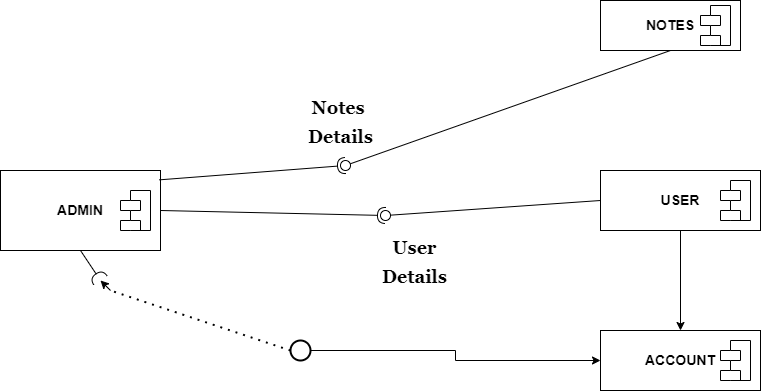
Earlier version of the draw.io export Diagrams/Component Diagram.png (prathamjc/TY-project). Source tidied: cells renumbered, new cells last; positions are measured from the earlier drawing's top-left corner, leaving out a move shared by most shapes. Its diagram source:
```xml
<mxGraphModel>
  <root>
    <mxCell id="0" />
    <mxCell id="1" parent="0" />
    <mxCell id="2" value="&lt;b&gt;&lt;font style=&quot;font-size: 14px;&quot;&gt;ADMIN&lt;/font&gt;&lt;/b&gt;" style="rounded=0;whiteSpace=wrap;html=1;" parent="1" vertex="1">
      <mxGeometry y="170" width="160" height="80" as="geometry" />
    </mxCell>
    <mxCell id="3" value="&lt;font style=&quot;font-size: 14px;&quot;&gt;&lt;b&gt;NOTES&lt;/b&gt;&lt;/font&gt;" style="rounded=0;whiteSpace=wrap;html=1;" parent="1" vertex="1">
      <mxGeometry x="600" width="140" height="50" as="geometry" />
    </mxCell>
    <mxCell id="4" style="edgeStyle=orthogonalEdgeStyle;rounded=0;jettySize=auto;html=1;exitX=0.5;exitY=1;exitDx=0;exitDy=0;fontFamily=Georgia;fontSize=18;" parent="1" edge="1" source="5" target="6">
      <mxGeometry relative="1" as="geometry" />
    </mxCell>
    <mxCell id="5" value="&lt;font style=&quot;font-size: 14px;&quot;&gt;&lt;b&gt;USER&lt;/b&gt;&lt;/font&gt;" style="rounded=0;whiteSpace=wrap;html=1;" parent="1" vertex="1">
      <mxGeometry x="600" y="170" width="160" height="60" as="geometry" />
    </mxCell>
    <mxCell id="6" value="&lt;font style=&quot;font-size: 14px;&quot;&gt;&lt;b&gt;ACCOUNT&lt;/b&gt;&lt;/font&gt;" style="rounded=0;whiteSpace=wrap;html=1;" parent="1" vertex="1">
      <mxGeometry x="600" y="330" width="160" height="60" as="geometry" />
    </mxCell>
    <mxCell id="7" style="rounded=0;jettySize=auto;html=1;endArrow=none;endFill=0;sketch=0;sourcePerimeterSpacing=0;targetPerimeterSpacing=0;exitX=0.5;exitY=1;exitDx=0;exitDy=0;" parent="1" edge="1" source="3" target="9">
      <mxGeometry relative="1" as="geometry" />
    </mxCell>
    <mxCell id="8" style="rounded=0;jettySize=auto;html=1;endArrow=halfCircle;endFill=0;entryX=0.5;entryY=0.5;endSize=6;strokeWidth=1;sketch=0;exitX=0.992;exitY=0.117;exitDx=0;exitDy=0;exitPerimeter=0;" parent="1" edge="1" source="2" target="9">
      <mxGeometry relative="1" as="geometry" />
    </mxCell>
    <mxCell id="9" style="ellipse;whiteSpace=wrap;html=1;align=center;points=[];outlineConnect=0;sketch=0;" parent="1" vertex="1">
      <mxGeometry x="340" y="160" width="10" height="10" as="geometry" />
    </mxCell>
    <mxCell id="10" value="&lt;font face=&quot;Georgia&quot; style=&quot;font-size: 18px;&quot;&gt;Notes&amp;nbsp;&lt;br&gt;Details&lt;/font&gt;" style="text;strokeColor=none;fillColor=none;html=1;fontSize=24;fontStyle=1;verticalAlign=middle;align=center;" parent="1" vertex="1">
      <mxGeometry x="290" y="100" width="100" height="40" as="geometry" />
    </mxCell>
    <mxCell id="11" style="rounded=0;jettySize=auto;html=1;endArrow=none;endFill=0;sketch=0;sourcePerimeterSpacing=0;targetPerimeterSpacing=0;fontFamily=Georgia;fontSize=14;exitX=0;exitY=0.5;exitDx=0;exitDy=0;" parent="1" edge="1" source="5" target="13">
      <mxGeometry relative="1" as="geometry" />
    </mxCell>
    <mxCell id="12" style="rounded=0;jettySize=auto;html=1;endArrow=halfCircle;endFill=0;entryX=0.5;entryY=0.5;endSize=6;strokeWidth=1;sketch=0;fontFamily=Georgia;fontSize=14;exitX=1;exitY=0.5;exitDx=0;exitDy=0;" parent="1" edge="1" source="2" target="13">
      <mxGeometry relative="1" as="geometry" />
    </mxCell>
    <mxCell id="13" style="ellipse;whiteSpace=wrap;html=1;align=center;points=[];outlineConnect=0;sketch=0;fontFamily=Georgia;fontSize=14;" parent="1" vertex="1">
      <mxGeometry x="380" y="210" width="10" height="10" as="geometry" />
    </mxCell>
    <mxCell id="14" value="&lt;font face=&quot;Georgia&quot; style=&quot;font-size: 18px;&quot;&gt;User&lt;br&gt;Details&lt;/font&gt;" style="text;strokeColor=none;fillColor=none;html=1;fontSize=24;fontStyle=1;verticalAlign=middle;align=center;" parent="1" vertex="1">
      <mxGeometry x="364" y="210" width="100" height="100" as="geometry" />
    </mxCell>
    <mxCell id="15" style="rounded=0;jettySize=auto;html=1;endArrow=halfCircle;endFill=0;endSize=6;strokeWidth=1;sketch=0;fontFamily=Georgia;fontSize=14;exitX=0.5;exitY=1;exitDx=0;exitDy=0;" parent="1" edge="1" source="2">
      <mxGeometry relative="1" as="geometry">
        <mxPoint x="100" y="280" as="targetPoint" />
      </mxGeometry>
    </mxCell>
    <mxCell id="16" style="edgeStyle=orthogonalEdgeStyle;rounded=0;jettySize=auto;html=1;exitX=1;exitY=0.5;exitDx=0;exitDy=0;exitPerimeter=0;entryX=0;entryY=0.5;entryDx=0;entryDy=0;fontFamily=Georgia;fontSize=18;" parent="1" edge="1" source="17" target="6">
      <mxGeometry relative="1" as="geometry" />
    </mxCell>
    <mxCell id="17" style="strokeWidth=2;html=1;shape=mxgraph.flowchart.start_2;whiteSpace=wrap;fontFamily=Georgia;fontSize=18;" parent="1" vertex="1">
      <mxGeometry x="290" y="340" width="20" height="20" as="geometry" />
    </mxCell>
    <mxCell id="18" style="endArrow=none;dashed=1;html=1;dashPattern=1 3;strokeWidth=2;rounded=0;fontFamily=Georgia;fontSize=18;exitX=0;exitY=0.5;exitDx=0;exitDy=0;exitPerimeter=0;" parent="1" edge="1" source="17">
      <mxGeometry relative="1" as="geometry">
        <mxPoint x="110" y="290" as="targetPoint" />
      </mxGeometry>
    </mxCell>
    <mxCell id="19" style="shape=module;align=left;spacingLeft=20;align=center;verticalAlign=top;fontFamily=Georgia;fontSize=18;" parent="1" vertex="1">
      <mxGeometry x="720" y="340" width="30" height="40" as="geometry" />
    </mxCell>
    <mxCell id="20" style="endArrow=classic;html=1;rounded=0;fontFamily=Georgia;fontSize=18;" parent="1" edge="1">
      <mxGeometry relative="1" as="geometry">
        <mxPoint x="110" y="290" as="sourcePoint" />
        <mxPoint x="100" y="280" as="targetPoint" />
      </mxGeometry>
    </mxCell>
    <mxCell id="21" style="shape=module;align=left;spacingLeft=20;align=center;verticalAlign=top;fontFamily=Georgia;fontSize=18;" parent="1" vertex="1">
      <mxGeometry x="720" y="180" width="30" height="40" as="geometry" />
    </mxCell>
    <mxCell id="22" style="shape=module;align=left;spacingLeft=20;align=center;verticalAlign=top;fontFamily=Georgia;fontSize=18;" parent="1" vertex="1">
      <mxGeometry x="700" y="5" width="30" height="40" as="geometry" />
    </mxCell>
    <mxCell id="23" style="shape=module;align=left;spacingLeft=20;align=center;verticalAlign=top;fontFamily=Georgia;fontSize=18;" parent="1" vertex="1">
      <mxGeometry x="120" y="190" width="30" height="40" as="geometry" />
    </mxCell>
  </root>
</mxGraphModel>
```
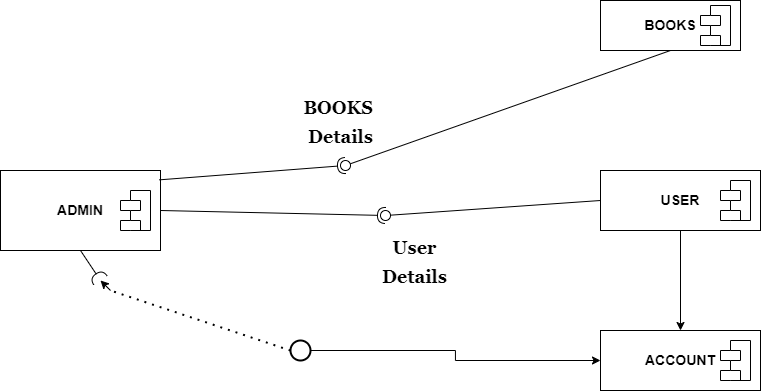
The same diagram one commit later.

What changed in the source:
```diff
@@ -5,7 +5,7 @@
     <mxCell id="2" value="&lt;b&gt;&lt;font style=&quot;font-size: 14px;&quot;&gt;ADMIN&lt;/font&gt;&lt;/b&gt;" style="rounded=0;whiteSpace=wrap;html=1;" parent="1" vertex="1">
       <mxGeometry y="170" width="160" height="80" as="geometry" />
     </mxCell>
-    <mxCell id="3" value="&lt;font style=&quot;font-size: 14px;&quot;&gt;&lt;b&gt;NOTES&lt;/b&gt;&lt;/font&gt;" style="rounded=0;whiteSpace=wrap;html=1;" parent="1" vertex="1">
+    <mxCell id="3" value="&lt;font style=&quot;font-size: 14px;&quot;&gt;&lt;b&gt;BOOKS&lt;/b&gt;&lt;/font&gt;" style="rounded=0;whiteSpace=wrap;html=1;" parent="1" vertex="1">
       <mxGeometry x="600" width="140" height="50" as="geometry" />
     </mxCell>
     <mxCell id="4" style="edgeStyle=orthogonalEdgeStyle;rounded=0;jettySize=auto;html=1;exitX=0.5;exitY=1;exitDx=0;exitDy=0;fontFamily=Georgia;fontSize=18;" parent="1" edge="1" source="5" target="6">
@@ -26,7 +26,7 @@
     <mxCell id="9" style="ellipse;whiteSpace=wrap;html=1;align=center;points=[];outlineConnect=0;sketch=0;" parent="1" vertex="1">
       <mxGeometry x="340" y="160" width="10" height="10" as="geometry" />
     </mxCell>
-    <mxCell id="10" value="&lt;font face=&quot;Georgia&quot; style=&quot;font-size: 18px;&quot;&gt;Notes&amp;nbsp;&lt;br&gt;Details&lt;/font&gt;" style="text;strokeColor=none;fillColor=none;html=1;fontSize=24;fontStyle=1;verticalAlign=middle;align=center;" parent="1" vertex="1">
+    <mxCell id="10" value="&lt;font face=&quot;Georgia&quot; style=&quot;font-size: 18px;&quot;&gt;BOOKS&amp;nbsp;&lt;br&gt;Details&lt;/font&gt;" style="text;strokeColor=none;fillColor=none;html=1;fontSize=24;fontStyle=1;verticalAlign=middle;align=center;" parent="1" vertex="1">
       <mxGeometry x="290" y="100" width="100" height="40" as="geometry" />
     </mxCell>
     <mxCell id="11" style="rounded=0;jettySize=auto;html=1;endArrow=none;endFill=0;sketch=0;sourcePerimeterSpacing=0;targetPerimeterSpacing=0;fontFamily=Georgia;fontSize=14;exitX=0;exitY=0.5;exitDx=0;exitDy=0;" parent="1" edge="1" source="5" target="13">
```
